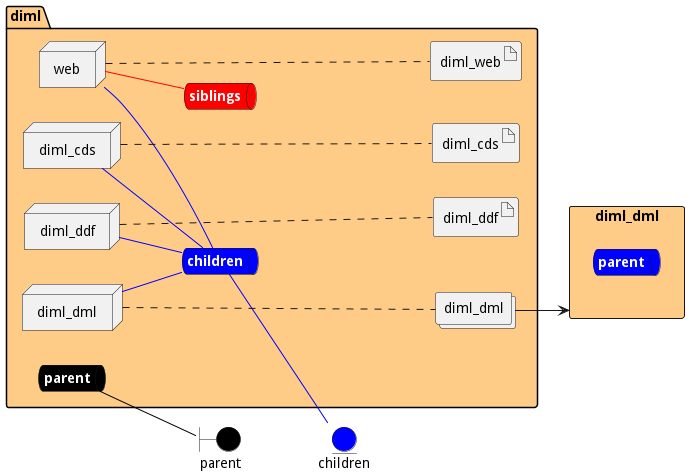
This is docs/edgemere/diml/envs/test/deployment.png from madajaju/edgemere, a PlantUML export, as it was before one commit. Its diagram source:
```plantuml
@startuml

left to right direction


boundary parent #black


entity children #blue

rectangle "diml_dml" as diml_dmlStack #ffcc88 {
    queue diml_dmlStacksnet #blue [
        <b><color:white>parent</color></b>
    ]
}



package "diml" #ffcc88 {
    queue parentnet #black [
            <b><color:white>parent</color></b>
    ]

    parentnet -[#black]- parent

    queue childrennet #blue [
            <b><color:white>children</color></b>
    ]

    childrennet -[#blue]- children

    queue siblingsnet #red [
            <b><color:white>siblings</color></b>
    ]


node "web" as webService
node "diml_cds" as diml_cdsService
node "diml_ddf" as diml_ddfService
node "diml_dml" as diml_dmlService


        artifact "diml_web" as diml_webimage

        artifact "diml_cds" as diml_cdsimage

        artifact "diml_ddf" as diml_ddfimage
            collections "diml_dml" as diml_dmlimage

}

webService -[#blue]- childrennet

webService -[#red]- siblingsnet

diml_cdsService -[#blue]- childrennet

diml_ddfService -[#blue]- childrennet

diml_dmlService -[#blue]- childrennet
webService .... diml_webimage
diml_cdsService .... diml_cdsimage
diml_ddfService .... diml_ddfimage
diml_dmlService .... diml_dmlimage

diml_dmlimage --> diml_dmlStack


@enduml
```
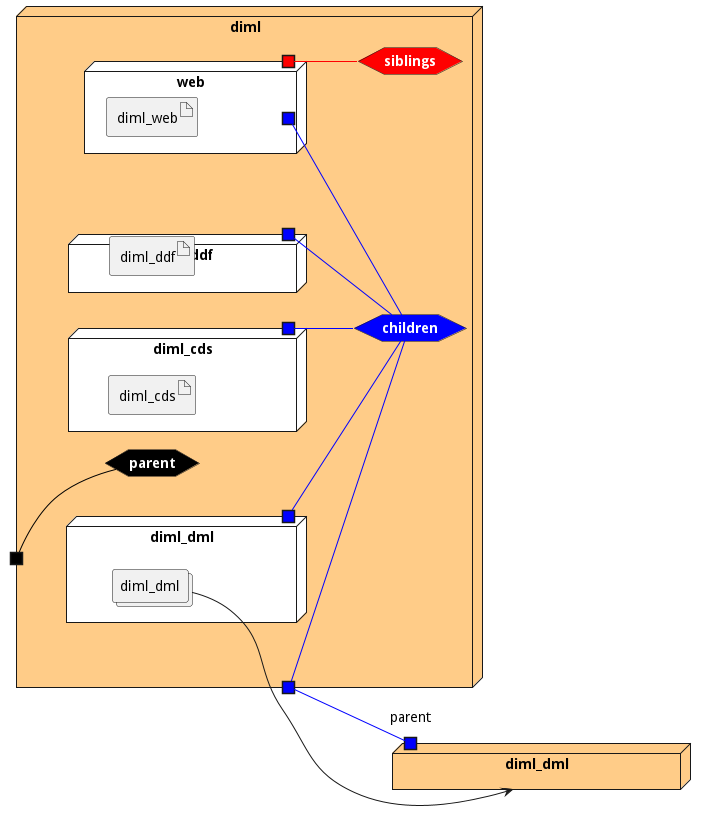
The same diagram one commit later.

Diff of the diagram source:
```diff
@@ -3,67 +3,75 @@
 left to right direction
 
 
-boundary parent #black
 
 
-entity children #blue
-
-rectangle "diml_dml" as diml_dmlStack #ffcc88 {
-    queue diml_dmlStacksnet #blue [
-        <b><color:white>parent</color></b>
-    ]
+node "diml_dml" as diml_dmlStack #ffcc88 {
+    portin "parent" as diml_dmlStackPortIn #blue
 }
 
 
 
-package "diml" #ffcc88 {
-    queue parentnet #black [
+node "diml" #ffcc88 {
+
+
+    hexagon parentnet #black [
             <b><color:white>parent</color></b>
     ]
 
-    parentnet -[#black]- parent
+    portin " " as parentnetPortIn #black
+    parentnetPortIn -[#black]- parentnet
 
-    queue childrennet #blue [
+    hexagon childrennet #blue [
             <b><color:white>children</color></b>
     ]
 
-    childrennet -[#blue]- children
+    portout " " as childrennetPortOut #blue
+    childrennet -[#blue]- childrennetPortOut
 
-    queue siblingsnet #red [
+    hexagon siblingsnet #red [
             <b><color:white>siblings</color></b>
     ]
 
 
-node "web" as webService
-node "diml_cds" as diml_cdsService
-node "diml_ddf" as diml_ddfService
-node "diml_dml" as diml_dmlService
+node "web" as webService #white {
+    portOut " " as webServicechildrennet #blue
+   webServicechildrennet -[#blue]- childrennet
+       portOut " " as webServicesiblingsnet #red
+   webServicesiblingsnet -[#red]- siblingsnet
 
 
-        artifact "diml_web" as diml_webimage
+    artifact "diml_web" as diml_webimage
 
-        artifact "diml_cds" as diml_cdsimage
+}
+node "diml_cds" as diml_cdsService #white {
+    portOut " " as diml_cdsServicechildrennet #blue
+   diml_cdsServicechildrennet -[#blue]- childrennet
 
-        artifact "diml_ddf" as diml_ddfimage
-            collections "diml_dml" as diml_dmlimage
+
+    artifact "diml_cds" as diml_cdsimage
+
+}
+node "diml_ddf" as diml_ddfService #white {
+    portOut " " as diml_ddfServicechildrennet #blue
+   diml_ddfServicechildrennet -[#blue]- childrennet
+
+
+    artifact "diml_ddf" as diml_ddfimage
+
+}
+node "diml_dml" as diml_dmlService #white {
+    portOut " " as diml_dmlServicechildrennet #blue
+   diml_dmlServicechildrennet -[#blue]- childrennet
+
+    collections "diml_dml" as diml_dmlimage
 
 }
 
-webService -[#blue]- childrennet
-
-webService -[#red]- siblingsnet
-
-diml_cdsService -[#blue]- childrennet
-
-diml_ddfService -[#blue]- childrennet
-
-diml_dmlService -[#blue]- childrennet
-webService .... diml_webimage
-diml_cdsService .... diml_cdsimage
-diml_ddfService .... diml_ddfimage
-diml_dmlService .... diml_dmlimage
+}
 
 diml_dmlimage --> diml_dmlStack
 
+    childrennetPortOut -[#blue]- diml_dmlStackPortIn
+
 
 @enduml
```
